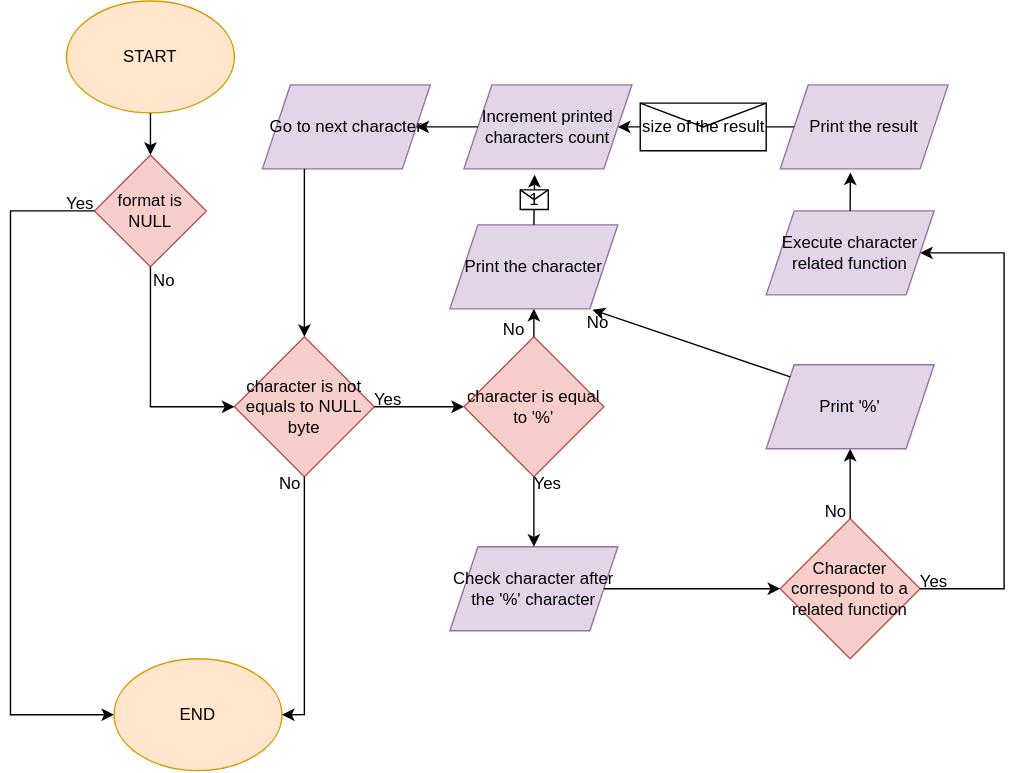
The draw.io diagram static/flowchart.svg in Ezzud/holbertonschool-printf, before a commit. Source tidied: cells renumbered, new cells last; positions are measured from the earlier drawing's top-left corner, leaving out a move shared by most shapes.
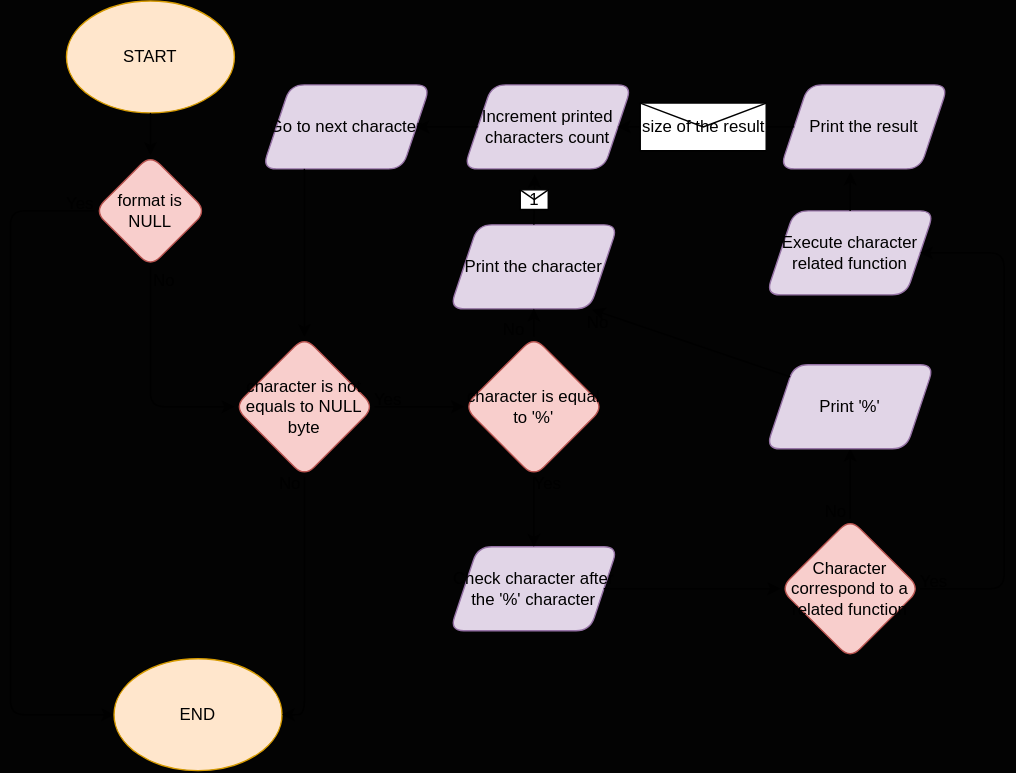
After the commit.

Change to the diagram source:
```diff
@@ -1,17 +1,17 @@
-<mxGraphModel>
+<mxGraphModel background="#030303">
   <root>
     <mxCell id="0" />
     <mxCell id="1" parent="0" />
-    <mxCell id="2" value="START" style="ellipse;whiteSpace=wrap;html=1;fillColor=#ffe6cc;strokeColor=#d79b00;" parent="1" vertex="1">
+    <mxCell id="2" value="START" style="ellipse;whiteSpace=wrap;html=1;fillColor=#ffe6cc;strokeColor=#d79b00;rounded=1;" parent="1" vertex="1">
       <mxGeometry x="40" width="120" height="80" as="geometry" />
     </mxCell>
-    <mxCell id="3" value="format is NULL" style="rhombus;whiteSpace=wrap;html=1;fillColor=#f8cecc;strokeColor=#b85450;" parent="1" vertex="1">
+    <mxCell id="3" value="format is NULL" style="rhombus;whiteSpace=wrap;html=1;fillColor=#f8cecc;strokeColor=#b85450;rounded=1;" parent="1" vertex="1">
       <mxGeometry x="60" y="110" width="80" height="80" as="geometry" />
     </mxCell>
-    <mxCell id="4" style="endArrow=classic;html=1;rounded=0;" parent="1" edge="1" source="2" target="3">
+    <mxCell id="4" style="endArrow=classic;html=1;rounded=1;" parent="1" edge="1" source="2" target="3">
       <mxGeometry relative="1" as="geometry" />
     </mxCell>
-    <mxCell id="5" style="endArrow=classic;html=1;rounded=0;entryX=0;entryY=0.5;entryDx=0;entryDy=0;exitX=0;exitY=0.5;exitDx=0;exitDy=0;" parent="1" edge="1" source="3" target="6">
+    <mxCell id="5" style="endArrow=classic;html=1;rounded=1;entryX=0;entryY=0.5;entryDx=0;entryDy=0;exitX=0;exitY=0.5;exitDx=0;exitDy=0;" parent="1" edge="1" source="3" target="6">
       <mxGeometry relative="1" as="geometry">
         <Array as="points">
           <mxPoint y="150" />
@@ -19,90 +19,90 @@
         </Array>
       </mxGeometry>
     </mxCell>
-    <mxCell id="6" value="END" style="ellipse;whiteSpace=wrap;html=1;fillColor=#ffe6cc;strokeColor=#d79b00;" parent="1" vertex="1">
+    <mxCell id="6" value="END" style="ellipse;whiteSpace=wrap;html=1;fillColor=#ffe6cc;strokeColor=#d79b00;rounded=1;" parent="1" vertex="1">
       <mxGeometry x="74" y="470" width="120" height="80" as="geometry" />
     </mxCell>
-    <mxCell id="7" value="character is not equals to NULL byte" style="rhombus;whiteSpace=wrap;html=1;fillColor=#f8cecc;strokeColor=#b85450;" parent="1" vertex="1">
+    <mxCell id="7" value="character is not equals to NULL byte" style="rhombus;whiteSpace=wrap;html=1;fillColor=#f8cecc;strokeColor=#b85450;rounded=1;" parent="1" vertex="1">
       <mxGeometry x="160" y="240" width="100" height="100" as="geometry" />
     </mxCell>
-    <mxCell id="8" style="endArrow=classic;html=1;rounded=0;entryX=1;entryY=0.5;entryDx=0;entryDy=0;exitX=0.5;exitY=1;exitDx=0;exitDy=0;" parent="1" edge="1" source="7" target="6">
+    <mxCell id="8" style="endArrow=classic;html=1;rounded=1;entryX=1;entryY=0.5;entryDx=0;entryDy=0;exitX=0.5;exitY=1;exitDx=0;exitDy=0;" parent="1" edge="1" source="7" target="6">
       <mxGeometry relative="1" as="geometry">
         <Array as="points">
           <mxPoint x="210" y="510" />
         </Array>
       </mxGeometry>
     </mxCell>
-    <mxCell id="9" style="endArrow=classic;html=1;rounded=0;exitX=0.5;exitY=1;exitDx=0;exitDy=0;entryX=0;entryY=0.5;entryDx=0;entryDy=0;" parent="1" edge="1" source="3" target="7">
+    <mxCell id="9" style="endArrow=classic;html=1;rounded=1;exitX=0.5;exitY=1;exitDx=0;exitDy=0;entryX=0;entryY=0.5;entryDx=0;entryDy=0;" parent="1" edge="1" source="3" target="7">
       <mxGeometry relative="1" as="geometry">
         <Array as="points">
           <mxPoint x="100" y="290" />
         </Array>
       </mxGeometry>
     </mxCell>
-    <mxCell id="10" value="No" style="text;html=1;strokeColor=none;fillColor=none;align=center;verticalAlign=middle;whiteSpace=wrap;rounded=0;" parent="1" vertex="1">
+    <mxCell id="10" value="No" style="text;html=1;strokeColor=none;fillColor=none;align=center;verticalAlign=middle;whiteSpace=wrap;rounded=1;" parent="1" vertex="1">
       <mxGeometry x="80" y="185" width="60" height="30" as="geometry" />
     </mxCell>
-    <mxCell id="11" value="No" style="text;html=1;strokeColor=none;fillColor=none;align=center;verticalAlign=middle;whiteSpace=wrap;rounded=0;" parent="1" vertex="1">
+    <mxCell id="11" value="No" style="text;html=1;strokeColor=none;fillColor=none;align=center;verticalAlign=middle;whiteSpace=wrap;rounded=1;" parent="1" vertex="1">
       <mxGeometry x="170" y="330" width="60" height="30" as="geometry" />
     </mxCell>
-    <mxCell id="12" style="endArrow=classic;html=1;rounded=0;exitX=1;exitY=0.5;exitDx=0;exitDy=0;entryX=0;entryY=0.5;entryDx=0;entryDy=0;" parent="1" edge="1" source="7" target="13">
+    <mxCell id="12" style="endArrow=classic;html=1;rounded=1;exitX=1;exitY=0.5;exitDx=0;exitDy=0;entryX=0;entryY=0.5;entryDx=0;entryDy=0;" parent="1" edge="1" source="7" target="13">
       <mxGeometry relative="1" as="geometry" />
     </mxCell>
-    <mxCell id="13" value="character is equal to '%'" style="rhombus;whiteSpace=wrap;html=1;fillColor=#f8cecc;strokeColor=#b85450;" parent="1" vertex="1">
+    <mxCell id="13" value="character is equal to '%'" style="rhombus;whiteSpace=wrap;html=1;fillColor=#f8cecc;strokeColor=#b85450;rounded=1;" parent="1" vertex="1">
       <mxGeometry x="324" y="240" width="100" height="100" as="geometry" />
     </mxCell>
-    <mxCell id="14" value="Increment printed characters count" style="shape=parallelogram;perimeter=parallelogramPerimeter;whiteSpace=wrap;html=1;fixedSize=1;fillColor=#e1d5e7;strokeColor=#9673a6;" parent="1" vertex="1">
+    <mxCell id="14" value="Increment printed characters count" style="shape=parallelogram;perimeter=parallelogramPerimeter;whiteSpace=wrap;html=1;fixedSize=1;fillColor=#e1d5e7;strokeColor=#9673a6;rounded=1;" parent="1" vertex="1">
       <mxGeometry x="324" y="60" width="120" height="60" as="geometry" />
     </mxCell>
-    <mxCell id="15" value="Print the character" style="shape=parallelogram;perimeter=parallelogramPerimeter;whiteSpace=wrap;html=1;fixedSize=1;fillColor=#e1d5e7;strokeColor=#9673a6;" parent="1" vertex="1">
+    <mxCell id="15" value="Print the character" style="shape=parallelogram;perimeter=parallelogramPerimeter;whiteSpace=wrap;html=1;fixedSize=1;fillColor=#e1d5e7;strokeColor=#9673a6;rounded=1;" parent="1" vertex="1">
       <mxGeometry x="314" y="160" width="120" height="60" as="geometry" />
     </mxCell>
-    <mxCell id="16" value="Go to next character" style="shape=parallelogram;perimeter=parallelogramPerimeter;whiteSpace=wrap;html=1;fixedSize=1;fillColor=#e1d5e7;strokeColor=#9673a6;" parent="1" vertex="1">
+    <mxCell id="16" value="Go to next character" style="shape=parallelogram;perimeter=parallelogramPerimeter;whiteSpace=wrap;html=1;fixedSize=1;fillColor=#e1d5e7;strokeColor=#9673a6;rounded=1;" parent="1" vertex="1">
       <mxGeometry x="180" y="60" width="120" height="60" as="geometry" />
     </mxCell>
-    <mxCell id="17" style="endArrow=classic;html=1;rounded=0;exitX=0.5;exitY=0;exitDx=0;exitDy=0;entryX=0.5;entryY=1;entryDx=0;entryDy=0;" parent="1" edge="1" source="13" target="15">
+    <mxCell id="17" style="endArrow=classic;html=1;rounded=1;exitX=0.5;exitY=0;exitDx=0;exitDy=0;entryX=0.5;entryY=1;entryDx=0;entryDy=0;" parent="1" edge="1" source="13" target="15">
       <mxGeometry relative="1" as="geometry" />
     </mxCell>
-    <mxCell id="18" style="endArrow=classic;html=1;rounded=0;entryX=1;entryY=0.5;entryDx=0;entryDy=0;exitX=0;exitY=0.5;exitDx=0;exitDy=0;" parent="1" edge="1" source="14" target="16">
+    <mxCell id="18" style="endArrow=classic;html=1;rounded=1;entryX=1;entryY=0.5;entryDx=0;entryDy=0;exitX=0;exitY=0.5;exitDx=0;exitDy=0;" parent="1" edge="1" source="14" target="16">
       <mxGeometry relative="1" as="geometry" />
     </mxCell>
-    <mxCell id="19" style="endArrow=classic;html=1;rounded=0;entryX=0.5;entryY=0;entryDx=0;entryDy=0;exitX=0.25;exitY=1;exitDx=0;exitDy=0;" parent="1" edge="1" source="16" target="7">
+    <mxCell id="19" style="endArrow=classic;html=1;rounded=1;entryX=0.5;entryY=0;entryDx=0;entryDy=0;exitX=0.25;exitY=1;exitDx=0;exitDy=0;" parent="1" edge="1" source="16" target="7">
       <mxGeometry relative="1" as="geometry" />
     </mxCell>
-    <mxCell id="20" value="No" style="text;html=1;strokeColor=none;fillColor=none;align=center;verticalAlign=middle;whiteSpace=wrap;rounded=0;" parent="1" vertex="1">
+    <mxCell id="20" value="No" style="text;html=1;strokeColor=none;fillColor=none;align=center;verticalAlign=middle;whiteSpace=wrap;rounded=1;" parent="1" vertex="1">
       <mxGeometry x="390" y="215" width="60" height="30" as="geometry" />
     </mxCell>
-    <mxCell id="21" value="Yes" style="text;html=1;strokeColor=none;fillColor=none;align=center;verticalAlign=middle;whiteSpace=wrap;rounded=0;" parent="1" vertex="1">
+    <mxCell id="21" value="Yes" style="text;html=1;strokeColor=none;fillColor=none;align=center;verticalAlign=middle;whiteSpace=wrap;rounded=1;" parent="1" vertex="1">
       <mxGeometry x="240" y="270" width="60" height="30" as="geometry" />
     </mxCell>
-    <mxCell id="22" value="Check character after the '%' character" style="shape=parallelogram;perimeter=parallelogramPerimeter;whiteSpace=wrap;html=1;fixedSize=1;fillColor=#e1d5e7;strokeColor=#9673a6;" parent="1" vertex="1">
+    <mxCell id="22" value="Check character after the '%' character" style="shape=parallelogram;perimeter=parallelogramPerimeter;whiteSpace=wrap;html=1;fixedSize=1;fillColor=#e1d5e7;strokeColor=#9673a6;rounded=1;" parent="1" vertex="1">
       <mxGeometry x="314" y="390" width="120" height="60" as="geometry" />
     </mxCell>
-    <mxCell id="23" value="Print the result" style="shape=parallelogram;perimeter=parallelogramPerimeter;whiteSpace=wrap;html=1;fixedSize=1;fillColor=#e1d5e7;strokeColor=#9673a6;" parent="1" vertex="1">
+    <mxCell id="23" value="Print the result" style="shape=parallelogram;perimeter=parallelogramPerimeter;whiteSpace=wrap;html=1;fixedSize=1;fillColor=#e1d5e7;strokeColor=#9673a6;rounded=1;" parent="1" vertex="1">
       <mxGeometry x="550" y="60" width="120" height="60" as="geometry" />
     </mxCell>
-    <mxCell id="24" value="Execute character related function" style="shape=parallelogram;perimeter=parallelogramPerimeter;whiteSpace=wrap;html=1;fixedSize=1;fillColor=#e1d5e7;strokeColor=#9673a6;" parent="1" vertex="1">
+    <mxCell id="24" value="Execute character related function" style="shape=parallelogram;perimeter=parallelogramPerimeter;whiteSpace=wrap;html=1;fixedSize=1;fillColor=#e1d5e7;strokeColor=#9673a6;rounded=1;" parent="1" vertex="1">
       <mxGeometry x="540" y="150" width="120" height="60" as="geometry" />
     </mxCell>
-    <mxCell id="25" value="Character correspond to a related function" style="rhombus;whiteSpace=wrap;html=1;fillColor=#f8cecc;strokeColor=#b85450;" parent="1" vertex="1">
+    <mxCell id="25" value="Character correspond to a related function" style="rhombus;whiteSpace=wrap;html=1;fillColor=#f8cecc;strokeColor=#b85450;rounded=1;" parent="1" vertex="1">
       <mxGeometry x="550" y="370" width="100" height="100" as="geometry" />
     </mxCell>
-    <mxCell id="26" style="endArrow=classic;html=1;rounded=0;exitX=0.5;exitY=1;exitDx=0;exitDy=0;entryX=0.5;entryY=0;entryDx=0;entryDy=0;" parent="1" edge="1" source="13" target="22">
+    <mxCell id="26" style="endArrow=classic;html=1;rounded=1;exitX=0.5;exitY=1;exitDx=0;exitDy=0;entryX=0.5;entryY=0;entryDx=0;entryDy=0;" parent="1" edge="1" source="13" target="22">
       <mxGeometry relative="1" as="geometry" />
     </mxCell>
-    <mxCell id="27" style="endArrow=classic;html=1;rounded=0;exitX=1;exitY=0.5;exitDx=0;exitDy=0;entryX=0;entryY=0.5;entryDx=0;entryDy=0;" parent="1" edge="1" source="22" target="25">
+    <mxCell id="27" style="endArrow=classic;html=1;rounded=1;exitX=1;exitY=0.5;exitDx=0;exitDy=0;entryX=0;entryY=0.5;entryDx=0;entryDy=0;" parent="1" edge="1" source="22" target="25">
       <mxGeometry relative="1" as="geometry" />
     </mxCell>
-    <mxCell id="28" style="endArrow=classic;html=1;rounded=0;exitX=0.5;exitY=0;exitDx=0;exitDy=0;entryX=0.5;entryY=1;entryDx=0;entryDy=0;" parent="1" edge="1" source="25" target="29">
+    <mxCell id="28" style="endArrow=classic;html=1;rounded=1;exitX=0.5;exitY=0;exitDx=0;exitDy=0;entryX=0.5;entryY=1;entryDx=0;entryDy=0;" parent="1" edge="1" source="25" target="29">
       <mxGeometry relative="1" as="geometry" />
     </mxCell>
-    <mxCell id="29" value="Print '%'" style="shape=parallelogram;perimeter=parallelogramPerimeter;whiteSpace=wrap;html=1;fixedSize=1;fillColor=#e1d5e7;strokeColor=#9673a6;" parent="1" vertex="1">
+    <mxCell id="29" value="Print '%'" style="shape=parallelogram;perimeter=parallelogramPerimeter;whiteSpace=wrap;html=1;fixedSize=1;fillColor=#e1d5e7;strokeColor=#9673a6;rounded=1;" parent="1" vertex="1">
       <mxGeometry x="540" y="260" width="120" height="60" as="geometry" />
     </mxCell>
-    <mxCell id="30" style="endArrow=classic;html=1;rounded=0;exitX=0;exitY=0;exitDx=0;exitDy=0;entryX=0.849;entryY=1.011;entryDx=0;entryDy=0;entryPerimeter=0;" parent="1" edge="1" source="29" target="15">
+    <mxCell id="30" style="endArrow=classic;html=1;rounded=1;exitX=0;exitY=0;exitDx=0;exitDy=0;entryX=0.849;entryY=1.011;entryDx=0;entryDy=0;entryPerimeter=0;" parent="1" edge="1" source="29" target="15">
       <mxGeometry relative="1" as="geometry" />
     </mxCell>
-    <mxCell id="31" style="endArrow=classic;html=1;rounded=0;exitX=1;exitY=0.5;exitDx=0;exitDy=0;entryX=1;entryY=0.5;entryDx=0;entryDy=0;" parent="1" edge="1" source="25" target="24">
+    <mxCell id="31" style="endArrow=classic;html=1;rounded=1;exitX=1;exitY=0.5;exitDx=0;exitDy=0;entryX=1;entryY=0.5;entryDx=0;entryDy=0;" parent="1" edge="1" source="25" target="24">
       <mxGeometry relative="1" as="geometry">
         <Array as="points">
           <mxPoint x="710" y="420" />
@@ -110,38 +110,38 @@
         </Array>
       </mxGeometry>
     </mxCell>
-    <mxCell id="32" style="endArrow=classic;html=1;rounded=0;exitX=0.5;exitY=0;exitDx=0;exitDy=0;entryX=0.418;entryY=1.042;entryDx=0;entryDy=0;entryPerimeter=0;" parent="1" edge="1" source="24" target="23">
+    <mxCell id="32" style="endArrow=classic;html=1;rounded=1;exitX=0.5;exitY=0;exitDx=0;exitDy=0;entryX=0.418;entryY=1.042;entryDx=0;entryDy=0;entryPerimeter=0;" parent="1" edge="1" source="24" target="23">
       <mxGeometry relative="1" as="geometry" />
     </mxCell>
-    <mxCell id="33" value="1" style="endArrow=classic;html=1;rounded=0;exitX=0.5;exitY=0;exitDx=0;exitDy=0;entryX=0.421;entryY=1.071;entryDx=0;entryDy=0;entryPerimeter=0;" parent="1" edge="1" source="15" target="14">
+    <mxCell id="33" value="1" style="endArrow=classic;html=1;rounded=1;exitX=0.5;exitY=0;exitDx=0;exitDy=0;entryX=0.421;entryY=1.071;entryDx=0;entryDy=0;entryPerimeter=0;" parent="1" edge="1" source="15" target="14">
       <mxGeometry relative="1" as="geometry" />
     </mxCell>
-    <mxCell id="34" value="1" style="shape=message;html=1;fontColor=#000000;" parent="33" vertex="1">
+    <mxCell id="34" value="1" style="shape=message;html=1;fontColor=#000000;rounded=1;" parent="33" vertex="1">
       <mxGeometry width="20" height="14" relative="1" as="geometry">
         <mxPoint x="-10" y="-7" as="offset" />
       </mxGeometry>
     </mxCell>
-    <mxCell id="35" value="x" style="endArrow=classic;html=1;rounded=0;exitX=0;exitY=0.5;exitDx=0;exitDy=0;entryX=1;entryY=0.5;entryDx=0;entryDy=0;" parent="1" edge="1" source="23" target="14">
+    <mxCell id="35" value="x" style="endArrow=classic;html=1;rounded=1;exitX=0;exitY=0.5;exitDx=0;exitDy=0;entryX=1;entryY=0.5;entryDx=0;entryDy=0;" parent="1" edge="1" source="23" target="14">
       <mxGeometry relative="1" as="geometry" />
     </mxCell>
-    <mxCell id="36" value="size of the result" style="shape=message;html=1;" parent="35" vertex="1">
+    <mxCell id="36" value="size of the result" style="shape=message;html=1;rounded=1;" parent="35" vertex="1">
       <mxGeometry width="90" height="34" relative="1" as="geometry">
         <mxPoint x="-47" y="-17" as="offset" />
       </mxGeometry>
     </mxCell>
-    <mxCell id="37" value="Yes" style="text;html=1;strokeColor=none;fillColor=none;align=center;verticalAlign=middle;whiteSpace=wrap;rounded=0;" parent="1" vertex="1">
+    <mxCell id="37" value="Yes" style="text;html=1;strokeColor=none;fillColor=none;align=center;verticalAlign=middle;whiteSpace=wrap;rounded=1;" parent="1" vertex="1">
       <mxGeometry x="354" y="330" width="60" height="30" as="geometry" />
     </mxCell>
-    <mxCell id="38" value="No" style="text;html=1;strokeColor=none;fillColor=none;align=center;verticalAlign=middle;whiteSpace=wrap;rounded=0;" parent="1" vertex="1">
+    <mxCell id="38" value="No" style="text;html=1;strokeColor=none;fillColor=none;align=center;verticalAlign=middle;whiteSpace=wrap;rounded=1;" parent="1" vertex="1">
       <mxGeometry x="330" y="220" width="60" height="30" as="geometry" />
     </mxCell>
-    <mxCell id="39" value="No" style="text;html=1;strokeColor=none;fillColor=none;align=center;verticalAlign=middle;whiteSpace=wrap;rounded=0;" parent="1" vertex="1">
+    <mxCell id="39" value="No" style="text;html=1;strokeColor=none;fillColor=none;align=center;verticalAlign=middle;whiteSpace=wrap;rounded=1;" parent="1" vertex="1">
       <mxGeometry x="560" y="350" width="60" height="30" as="geometry" />
     </mxCell>
-    <mxCell id="40" value="Yes" style="text;html=1;strokeColor=none;fillColor=none;align=center;verticalAlign=middle;whiteSpace=wrap;rounded=0;" parent="1" vertex="1">
+    <mxCell id="40" value="Yes" style="text;html=1;strokeColor=none;fillColor=none;align=center;verticalAlign=middle;whiteSpace=wrap;rounded=1;" parent="1" vertex="1">
       <mxGeometry x="630" y="400" width="60" height="30" as="geometry" />
     </mxCell>
-    <mxCell id="41" value="Yes" style="text;html=1;strokeColor=none;fillColor=none;align=center;verticalAlign=middle;whiteSpace=wrap;rounded=0;" parent="1" vertex="1">
+    <mxCell id="41" value="Yes" style="text;html=1;strokeColor=none;fillColor=none;align=center;verticalAlign=middle;whiteSpace=wrap;rounded=1;" parent="1" vertex="1">
       <mxGeometry x="20" y="130" width="60" height="30" as="geometry" />
     </mxCell>
   </root>
```
